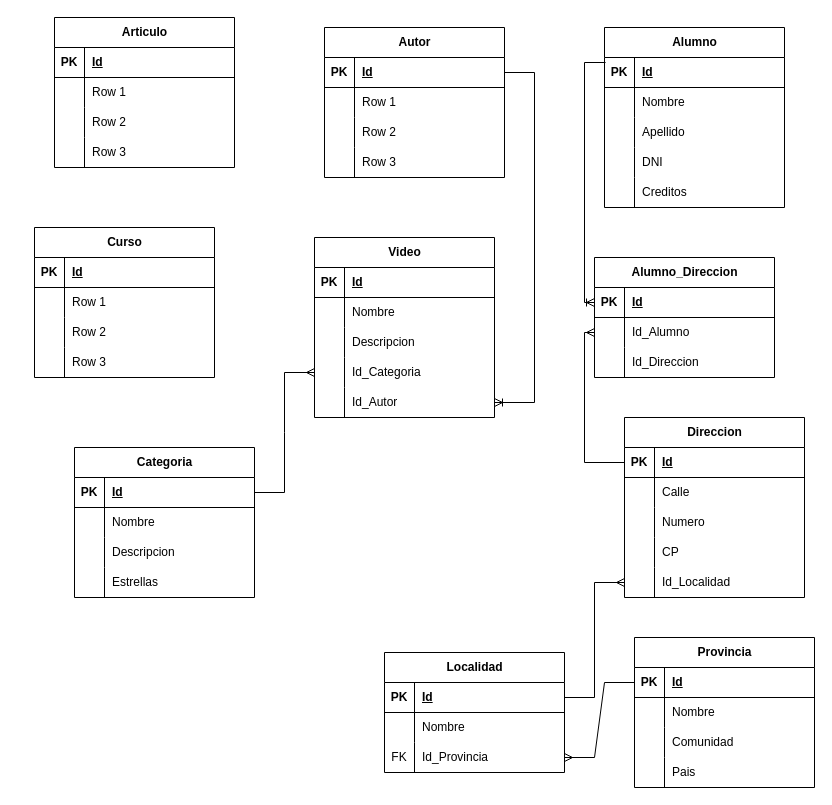
Above: LemonCode_Modelado_relacional_crows_foot.drawio in leonardocasimiro/BootcampBackend_III_Relacional_Modulo1Modelado (draw.io), before the change. Source tidied: cells renumbered, new cells numbered last; positions are measured from the earlier drawing's top-left corner, leaving out a move shared by most shapes. Both pictures are drawn from the tidied source at 100%, with x=0, y=0 at pixel (24, 17).
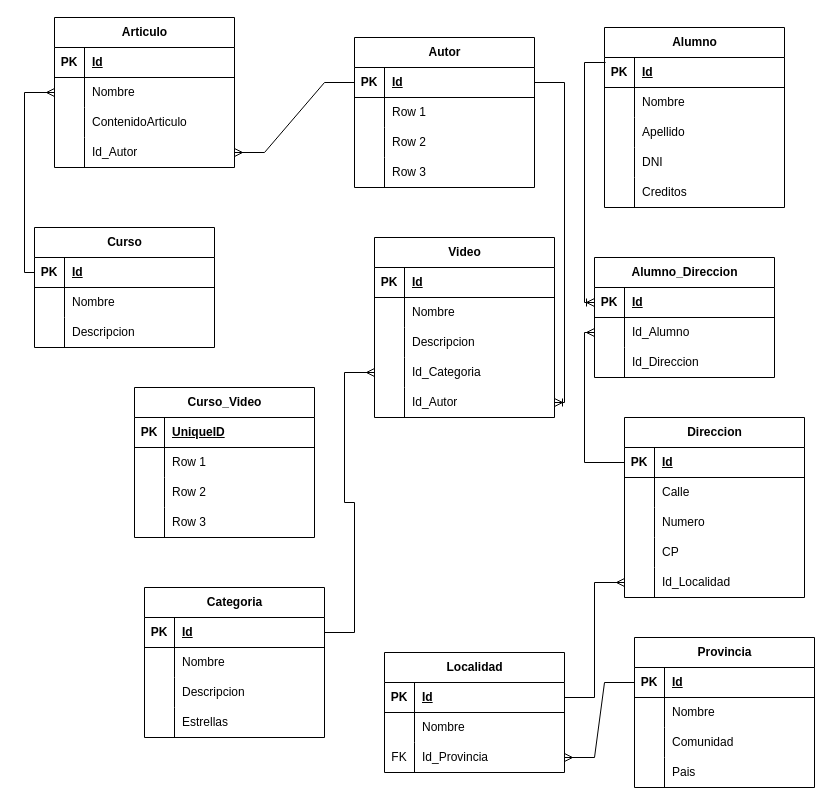
The same diagram, later.

The change refers to these unchanged cells:
```xml
<mxCell id="3" style="shape=tableRow;horizontal=0;startSize=0;swimlaneHead=0;swimlaneBody=0;fillColor=none;points=[[0,0.5],[1,0.5]];portConstraint=eastwest;top=0;left=0;right=0;bottom=1;" parent="2" vertex="1">
  <mxGeometry y="30" width="180" height="30" as="geometry" />
</mxCell>
<mxCell id="28" style="shape=tableRow;horizontal=0;startSize=0;swimlaneHead=0;swimlaneBody=0;fillColor=none;points=[[0,0.5],[1,0.5]];portConstraint=eastwest;top=0;left=0;right=0;bottom=0;" parent="15" vertex="1">
  <mxGeometry y="150" width="180" height="30" as="geometry" />
</mxCell>
<mxCell id="35" style="shape=tableRow;horizontal=0;startSize=0;swimlaneHead=0;swimlaneBody=0;fillColor=none;points=[[0,0.5],[1,0.5]];portConstraint=eastwest;top=0;left=0;right=0;bottom=0;" parent="31" vertex="1">
  <mxGeometry y="60" width="180" height="30" as="geometry" />
</mxCell>
<mxCell id="38" style="shape=tableRow;horizontal=0;startSize=0;swimlaneHead=0;swimlaneBody=0;fillColor=none;top=0;left=0;right=0;bottom=0;" parent="31" vertex="1">
  <mxGeometry y="90" width="180" height="30" as="geometry" />
</mxCell>
<mxCell id="41" style="shape=tableRow;horizontal=0;startSize=0;swimlaneHead=0;swimlaneBody=0;fillColor=none;points=[[0,0.5],[1,0.5]];portConstraint=eastwest;top=0;left=0;right=0;bottom=0;" parent="31" vertex="1">
  <mxGeometry y="120" width="180" height="30" as="geometry" />
</mxCell>
<mxCell id="45" style="shape=tableRow;horizontal=0;startSize=0;swimlaneHead=0;swimlaneBody=0;fillColor=none;points=[[0,0.5],[1,0.5]];portConstraint=eastwest;top=0;left=0;right=0;bottom=1;" parent="44" vertex="1">
  <mxGeometry y="30" width="180" height="30" as="geometry" />
</mxCell>
<mxCell id="48" style="shape=tableRow;horizontal=0;startSize=0;swimlaneHead=0;swimlaneBody=0;fillColor=none;top=0;left=0;right=0;bottom=0;" parent="44" vertex="1">
  <mxGeometry y="60" width="180" height="30" as="geometry" />
</mxCell>
```

Diff of the diagram source:
```diff
@@
     <mxCell id="2" value="Autor" style="shape=table;startSize=30;childLayout=tableLayout;rowLines=0;fontStyle=1;align=center;html=1;" parent="1" vertex="1">
-      <mxGeometry x="300" y="10" width="180" height="150" as="geometry" />
+      <mxGeometry x="330" y="20" width="180" height="150" as="geometry" />
     </mxCell>
@@
     <mxCell id="15" value="Video" style="shape=table;startSize=30;childLayout=tableLayout;rowLines=0;fontStyle=1;align=center;html=1;" parent="1" vertex="1">
-      <mxGeometry x="290" y="220" width="180" height="180" as="geometry" />
+      <mxGeometry x="350" y="220" width="180" height="180" as="geometry" />
     </mxCell>
@@
-    <mxCell id="37" value="Row 1" style="shape=partialRectangle;fillColor=none;top=0;left=0;bottom=0;right=0;align=left;spacingLeft=6;overflow=hidden;whiteSpace=wrap;html=1;" parent="35" vertex="1">
+    <mxCell id="37" value="Nombre" style="shape=partialRectangle;fillColor=none;top=0;left=0;bottom=0;right=0;align=left;spacingLeft=6;overflow=hidden;whiteSpace=wrap;html=1;" parent="35" vertex="1">
       <mxGeometry x="30" width="150" height="30" as="geometry" />
     </mxCell>
@@
-    <mxCell id="40" value="Row 2" style="shape=partialRectangle;fillColor=none;top=0;left=0;bottom=0;right=0;align=left;spacingLeft=6;overflow=hidden;whiteSpace=wrap;html=1;" parent="38" vertex="1">
+    <mxCell id="40" value="ContenidoArticulo" style="shape=partialRectangle;fillColor=none;top=0;left=0;bottom=0;right=0;align=left;spacingLeft=6;overflow=hidden;whiteSpace=wrap;html=1;" parent="38" vertex="1">
       <mxGeometry x="30" width="150" height="30" as="geometry" />
     </mxCell>
@@
-    <mxCell id="43" value="Row 3" style="shape=partialRectangle;fillColor=none;top=0;left=0;bottom=0;right=0;align=left;spacingLeft=6;overflow=hidden;whiteSpace=wrap;html=1;" parent="41" vertex="1">
+    <mxCell id="43" value="Id_Autor" style="shape=partialRectangle;fillColor=none;top=0;left=0;bottom=0;right=0;align=left;spacingLeft=6;overflow=hidden;whiteSpace=wrap;html=1;" parent="41" vertex="1">
       <mxGeometry x="30" width="150" height="30" as="geometry" />
     </mxCell>
     <mxCell id="44" value="Curso" style="shape=table;startSize=30;childLayout=tableLayout;rowLines=0;fontStyle=1;align=center;html=1;" parent="1" vertex="1">
-      <mxGeometry x="10" y="210" width="180" height="150" as="geometry" />
+      <mxGeometry x="10" y="210" width="180" height="120" as="geometry" />
     </mxCell>
@@
-    <mxCell id="50" value="Row 1" style="shape=partialRectangle;fillColor=none;top=0;left=0;bottom=0;right=0;align=left;spacingLeft=6;overflow=hidden;whiteSpace=wrap;html=1;" parent="48" vertex="1">
+    <mxCell id="50" value="Nombre" style="shape=partialRectangle;fillColor=none;top=0;left=0;bottom=0;right=0;align=left;spacingLeft=6;overflow=hidden;whiteSpace=wrap;html=1;" parent="48" vertex="1">
       <mxGeometry x="30" width="150" height="30" as="geometry" />
     </mxCell>
-    <mxCell id="51" style="shape=tableRow;horizontal=0;startSize=0;swimlaneHead=0;swimlaneBody=0;fillColor=none;top=0;left=0;right=0;bottom=0;" parent="44" vertex="1">
-      <mxGeometry y="90" width="180" height="30" as="geometry" />
-    </mxCell>
-    <mxCell id="52" style="shape=partialRectangle;fillColor=none;top=0;left=0;bottom=0;right=0;overflow=hidden;whiteSpace=wrap;html=1;" parent="51" vertex="1">
-      <mxGeometry width="30" height="30" as="geometry" />
-    </mxCell>
-    <mxCell id="53" value="Row 2" style="shape=partialRectangle;fillColor=none;top=0;left=0;bottom=0;right=0;align=left;spacingLeft=6;overflow=hidden;whiteSpace=wrap;html=1;" parent="51" vertex="1">
-      <mxGeometry x="30" width="150" height="30" as="geometry" />
-    </mxCell>
     <mxCell id="54" style="shape=tableRow;horizontal=0;startSize=0;swimlaneHead=0;swimlaneBody=0;fillColor=none;top=0;left=0;right=0;bottom=0;" parent="44" vertex="1">
-      <mxGeometry y="120" width="180" height="30" as="geometry" />
+      <mxGeometry y="90" width="180" height="30" as="geometry" />
     </mxCell>
@@
-    <mxCell id="56" value="Row 3" style="shape=partialRectangle;fillColor=none;top=0;left=0;bottom=0;right=0;align=left;spacingLeft=6;overflow=hidden;whiteSpace=wrap;html=1;" parent="54" vertex="1">
+    <mxCell id="56" value="Descripcion" style="shape=partialRectangle;fillColor=none;top=0;left=0;bottom=0;right=0;align=left;spacingLeft=6;overflow=hidden;whiteSpace=wrap;html=1;" parent="54" vertex="1">
       <mxGeometry x="30" width="150" height="30" as="geometry" />
     </mxCell>
     <mxCell id="57" value="Categoria" style="shape=table;startSize=30;childLayout=tableLayout;rowLines=0;fontStyle=1;align=center;html=1;" parent="1" vertex="1">
-      <mxGeometry x="50" y="430" width="180" height="150" as="geometry" />
+      <mxGeometry x="120" y="570" width="180" height="150" as="geometry" />
     </mxCell>
@@
-    <mxCell id="139" style="edgeStyle=entityRelationEdgeStyle;fontSize=12;html=1;endArrow=ERoneToMany;rounded=0;entryX=1;entryY=0.5;entryDx=0;entryDy=0;" parent="1" edge="1" source="3" target="28">
+    <mxCell id="139" style="edgeStyle=orthogonalEdgeStyle;fontSize=12;html=1;endArrow=ERoneToMany;rounded=0;entryX=1;entryY=0.5;entryDx=0;entryDy=0;" parent="1" edge="1" source="3" target="28">
       <mxGeometry relative="1" as="geometry" />
     </mxCell>
@@
+    <mxCell id="141" style="edgeStyle=entityRelationEdgeStyle;fontSize=12;html=1;endArrow=ERmany;rounded=0;entryX=1;entryY=0.5;entryDx=0;entryDy=0;exitX=0;exitY=0.5;exitDx=0;exitDy=0;" parent="1" edge="1" source="3" target="41">
+      <mxGeometry relative="1" as="geometry" />
+    </mxCell>
+    <mxCell id="142" style="edgeStyle=orthogonalEdgeStyle;fontSize=12;html=1;endArrow=ERmany;rounded=0;exitX=0;exitY=0.5;exitDx=0;exitDy=0;entryX=0;entryY=0.5;entryDx=0;entryDy=0;" parent="1" edge="1" source="45" target="35">
+      <mxGeometry relative="1" as="geometry" />
+    </mxCell>
+    <mxCell id="143" value="Curso_Video" style="shape=table;startSize=30;childLayout=tableLayout;rowLines=0;fontStyle=1;align=center;html=1;" parent="1" vertex="1">
+      <mxGeometry x="110" y="370" width="180" height="150" as="geometry" />
+    </mxCell>
+    <mxCell id="144" style="shape=tableRow;horizontal=0;startSize=0;swimlaneHead=0;swimlaneBody=0;fillColor=none;top=0;left=0;right=0;bottom=1;" parent="143" vertex="1">
+      <mxGeometry y="30" width="180" height="30" as="geometry" />
+    </mxCell>
+    <mxCell id="145" value="PK" style="shape=partialRectangle;fillColor=none;top=0;left=0;bottom=0;right=0;fontStyle=1;overflow=hidden;whiteSpace=wrap;html=1;" parent="144" vertex="1">
+      <mxGeometry width="30" height="30" as="geometry" />
+    </mxCell>
+    <mxCell id="146" value="UniqueID" style="shape=partialRectangle;fillColor=none;top=0;left=0;bottom=0;right=0;align=left;spacingLeft=6;fontStyle=5;overflow=hidden;whiteSpace=wrap;html=1;" parent="144" vertex="1">
+      <mxGeometry x="30" width="150" height="30" as="geometry" />
+    </mxCell>
+    <mxCell id="147" style="shape=tableRow;horizontal=0;startSize=0;swimlaneHead=0;swimlaneBody=0;fillColor=none;top=0;left=0;right=0;bottom=0;" parent="143" vertex="1">
+      <mxGeometry y="60" width="180" height="30" as="geometry" />
+    </mxCell>
+    <mxCell id="148" style="shape=partialRectangle;fillColor=none;top=0;left=0;bottom=0;right=0;overflow=hidden;whiteSpace=wrap;html=1;" parent="147" vertex="1">
+      <mxGeometry width="30" height="30" as="geometry" />
+    </mxCell>
+    <mxCell id="149" value="Row 1" style="shape=partialRectangle;fillColor=none;top=0;left=0;bottom=0;right=0;align=left;spacingLeft=6;overflow=hidden;whiteSpace=wrap;html=1;" parent="147" vertex="1">
+      <mxGeometry x="30" width="150" height="30" as="geometry" />
+    </mxCell>
+    <mxCell id="51" style="shape=tableRow;horizontal=0;startSize=0;swimlaneHead=0;swimlaneBody=0;fillColor=none;top=0;left=0;right=0;bottom=0;" parent="143" vertex="1">
+      <mxGeometry y="90" width="180" height="30" as="geometry" />
+    </mxCell>
+    <mxCell id="150" style="shape=partialRectangle;fillColor=none;top=0;left=0;bottom=0;right=0;overflow=hidden;whiteSpace=wrap;html=1;" parent="51" vertex="1">
+      <mxGeometry width="30" height="30" as="geometry" />
+    </mxCell>
+    <mxCell id="53" value="Row 2" style="shape=partialRectangle;fillColor=none;top=0;left=0;bottom=0;right=0;align=left;spacingLeft=6;overflow=hidden;whiteSpace=wrap;html=1;" parent="51" vertex="1">
+      <mxGeometry x="30" width="150" height="30" as="geometry" />
+    </mxCell>
+    <mxCell id="151" style="shape=tableRow;horizontal=0;startSize=0;swimlaneHead=0;swimlaneBody=0;fillColor=none;top=0;left=0;right=0;bottom=0;" parent="143" vertex="1">
+      <mxGeometry y="120" width="180" height="30" as="geometry" />
+    </mxCell>
+    <mxCell id="152" style="shape=partialRectangle;fillColor=none;top=0;left=0;bottom=0;right=0;overflow=hidden;whiteSpace=wrap;html=1;" parent="151" vertex="1">
+      <mxGeometry width="30" height="30" as="geometry" />
+    </mxCell>
+    <mxCell id="153" value="Row 3" style="shape=partialRectangle;fillColor=none;top=0;left=0;bottom=0;right=0;align=left;spacingLeft=6;overflow=hidden;whiteSpace=wrap;html=1;" parent="151" vertex="1">
+      <mxGeometry x="30" width="150" height="30" as="geometry" />
+    </mxCell>
```
